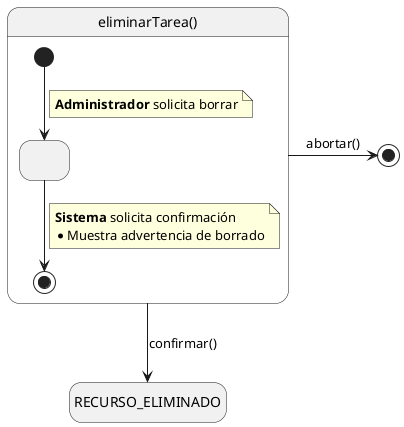
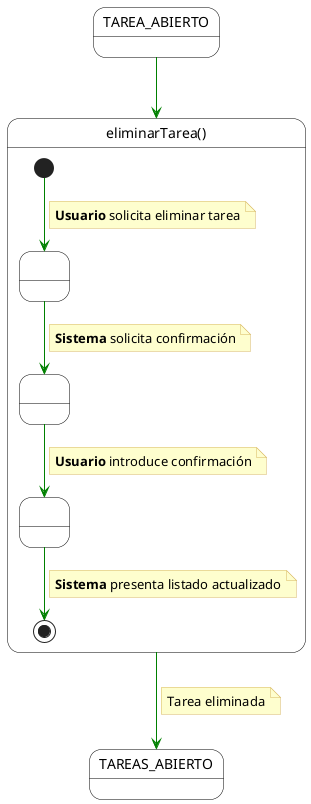
- @startuml EliminarTarea
- hide empty description
+ @startuml eliminarTarea
+ skinparam state {
+     BackgroundColor White
+     BorderColor Black
+     ArrowColor #008000
+ }
+ skinparam note {
+     BackgroundColor #FEFECE
+     BorderColor #D7B75F
+ }

- state "eliminarTarea()" as MainBlock {
-     [*] --> Confirmar
+ state TAREA_ABIERTO
+ 
+ state "eliminarTarea()" as eliminarTarea {
+     state " " as Inicio <<start>>
+     state " " as Confirmacion
+     state " " as Confirmacion2
+     state " " as Estado2
+     state " " as Fin <<end>>
+ 
+     Inicio --> Confirmacion
    note on link
-         **Administrador** solicita borrar
+         <b>Usuario</b> solicita eliminar tarea
    end note

-     state Confirmar as " "
-     Confirmar --> [*]
+         Confirmacion --> Confirmacion2
    note on link
-         **Sistema** solicita confirmación
-         * Muestra advertencia de borrado
+                 <b>Sistema</b> solicita confirmación
+     end note
+ 
+     Confirmacion2 --> Estado2
+     note on link
+                 <b>Usuario</b> introduce confirmación
+     end note
+ 
+     Estado2 --> Fin
+     note on link
+         <b>Sistema</b> presenta listado actualizado
    end note
}

- state RECURSO_ELIMINADO
- MainBlock -down-> RECURSO_ELIMINADO : confirmar()
- MainBlock -right-> [*] : abortar()
+ state TAREAS_ABIERTO
+ 
+ TAREA_ABIERTO --> eliminarTarea
+ eliminarTarea --> TAREAS_ABIERTO
+ note on link
+     Tarea eliminada
+ end note
@enduml